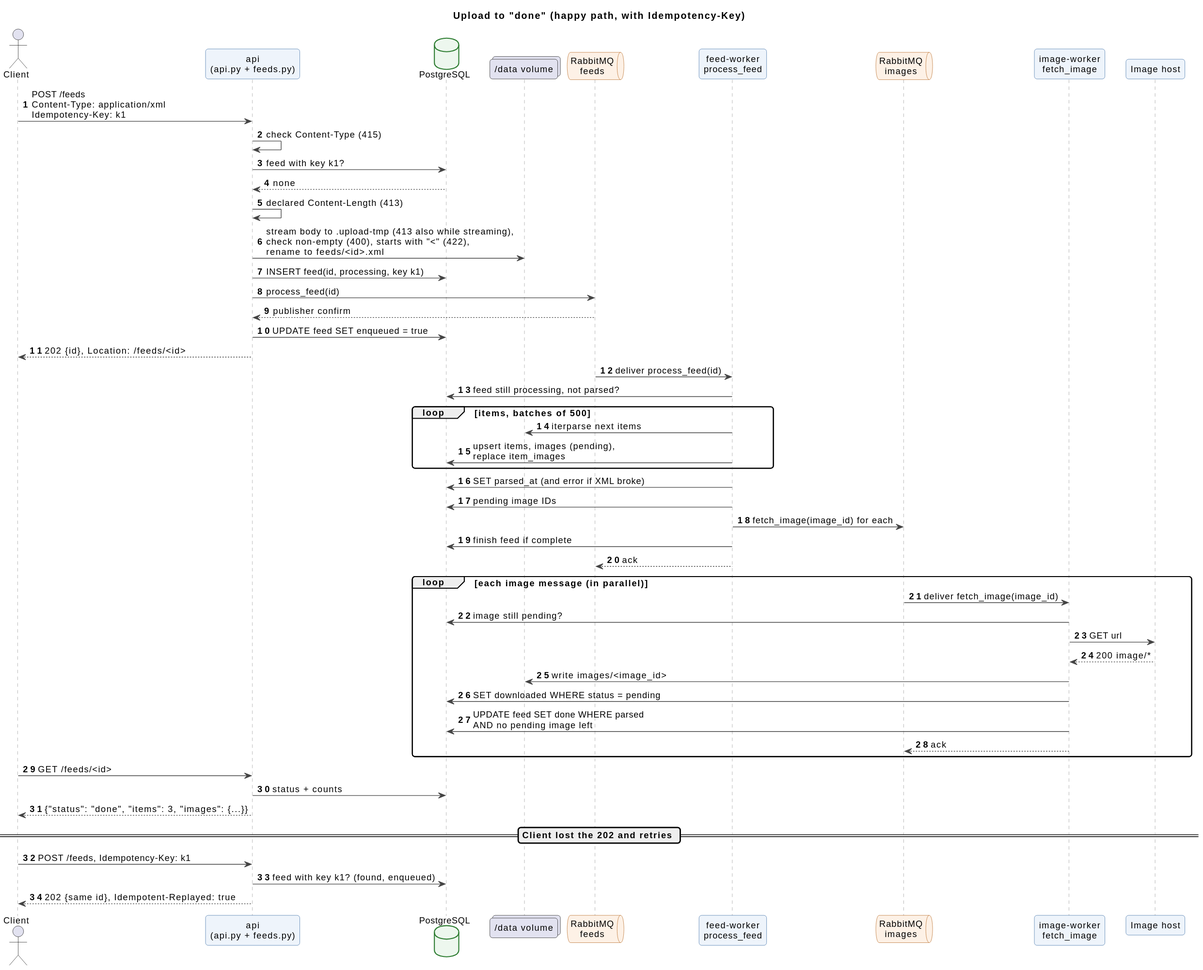
This is docs/diagrams/upload-sequence.svg from Majny/item-feed-service, a PlantUML export, as it was before one commit.
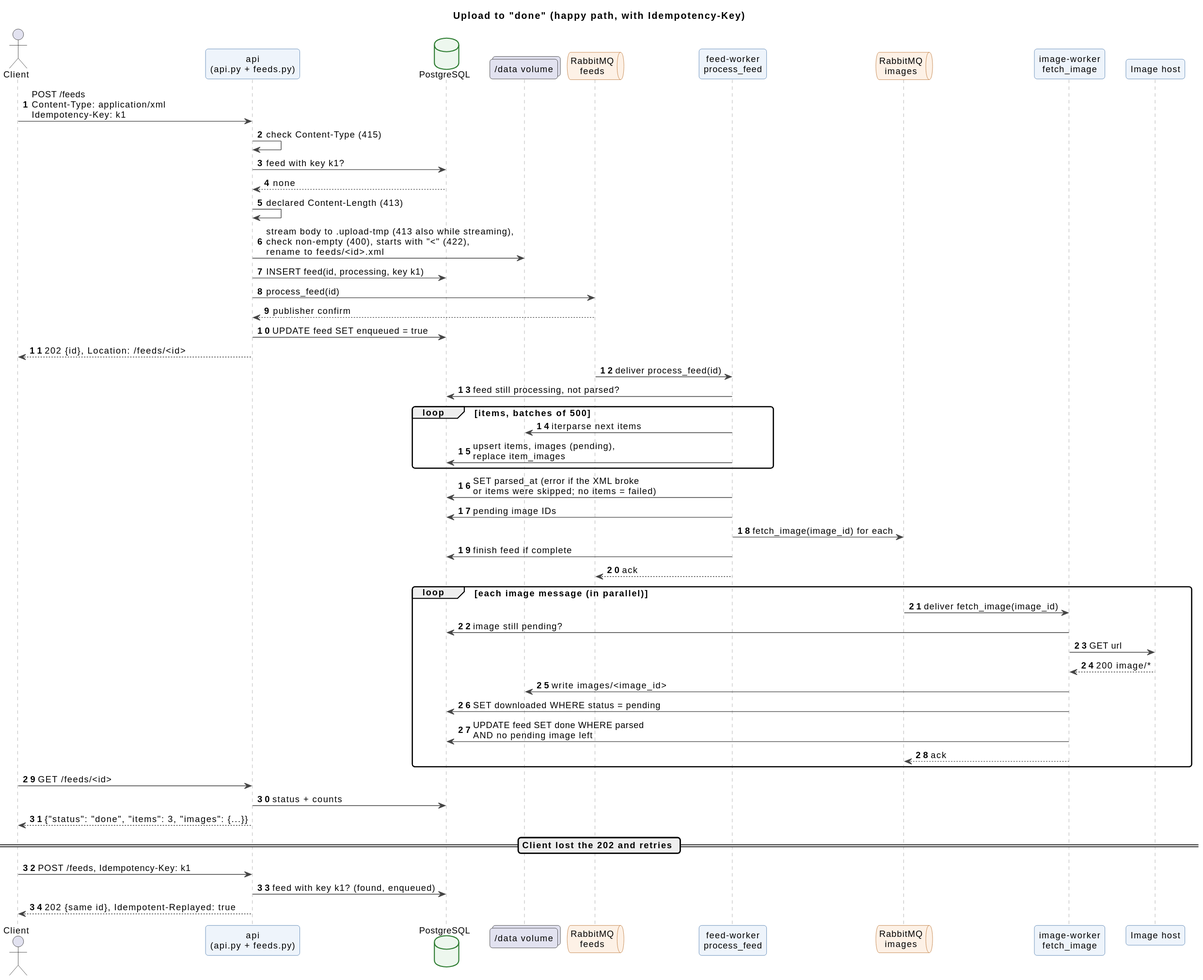
Above is the later version.

Change to the diagram source:
```diff
@@ -31,7 +31,7 @@
   FW -> VOL : iterparse next items
   FW -> PG : upsert items, images (pending),\nreplace item_images
 end
-FW -> PG : SET parsed_at (and error if XML broke)
+FW -> PG : SET parsed_at (error if the XML broke\nor items were skipped; no items = failed)
 FW -> PG : pending image IDs
 FW -> QI : fetch_image(image_id) for each
 FW -> PG : finish feed if complete
```
